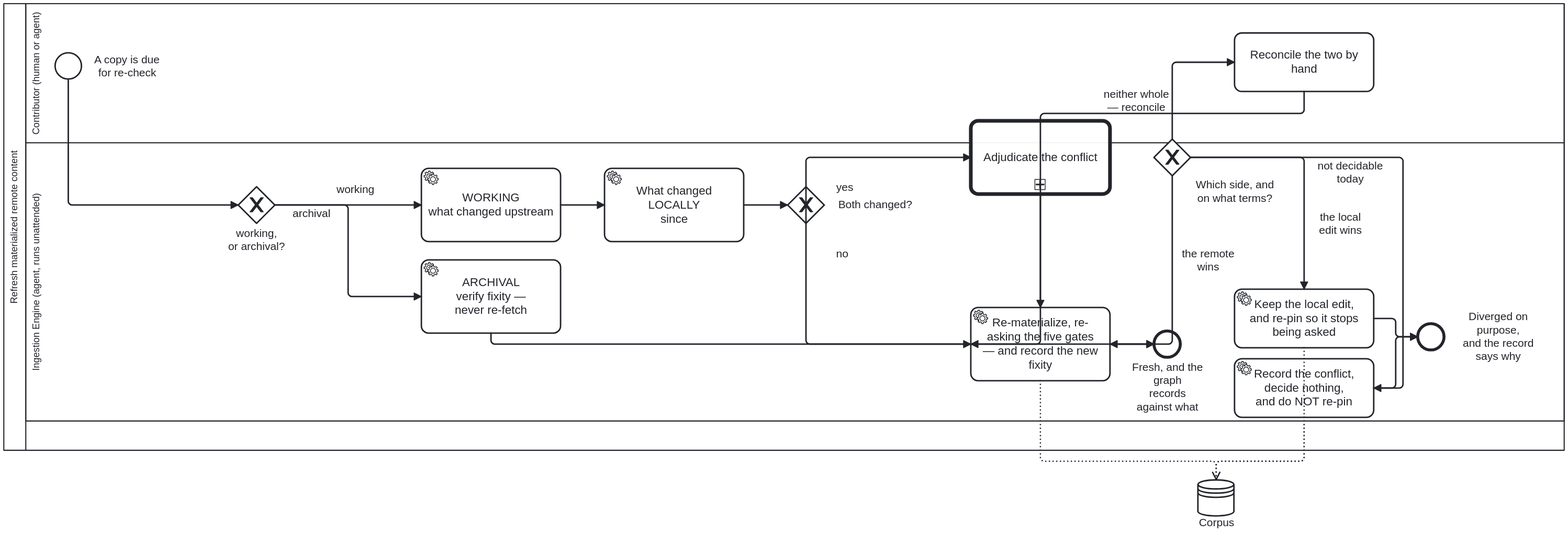
The BPMN diagram docs/assets/img/workflows/refresh-materialized.svg in litlfred/cat-harness, before a commit. Its source is kept beside it as processes/library/refresh-materialized.bpmn. Ids are renumbered.
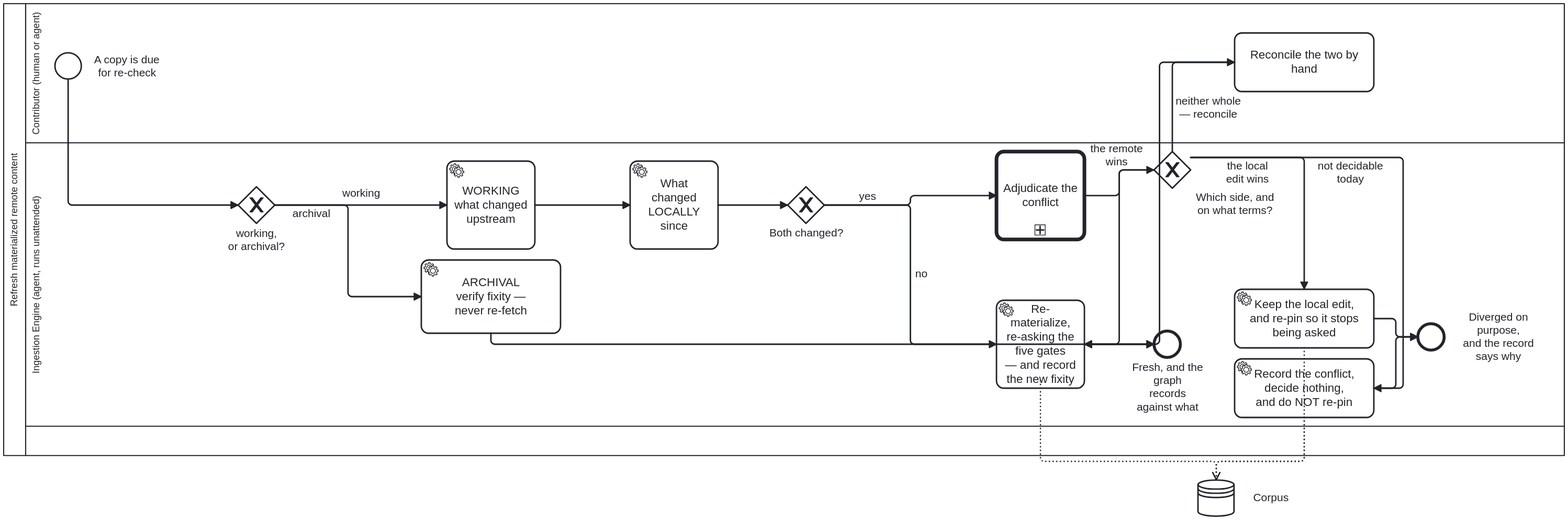
Above is the later version.

What changed in the source:
```diff
@@ -221,45 +221,45 @@
   <bpmndi:BPMNDiagram id="Diagram_RefreshMaterialized">
     <bpmndi:BPMNPlane id="Plane_RefreshMaterialized" bpmnElement="Collaboration_RefreshMaterialized">
       <bpmndi:BPMNShape id="Participant_RefreshMaterialized_di" bpmnElement="Participant_RefreshMaterialized" isHorizontal="true">
-        <dc:Bounds x="130" y="60" width="2130" height="610" />
+        <dc:Bounds x="130" y="60" width="2130" height="617" />
       </bpmndi:BPMNShape>
       <bpmndi:BPMNShape id="Lane_0_di" bpmnElement="Lane_0" isHorizontal="true">
         <dc:Bounds x="160" y="60" width="2100" height="190" />
       </bpmndi:BPMNShape>
       <bpmndi:BPMNShape id="Lane_1_di" bpmnElement="Lane_1" isHorizontal="true">
-        <dc:Bounds x="160" y="250" width="2100" height="380" />
+        <dc:Bounds x="160" y="250" width="2100" height="387" />
       </bpmndi:BPMNShape>
       <bpmndi:BPMNShape id="StartEvent_Due_di" bpmnElement="StartEvent_Due">
         <dc:Bounds x="200" y="127" width="36" height="36" />
-        <bpmndi:BPMNLabel><dc:Bounds x="240" y="127.5" width="116" height="35" /></bpmndi:BPMNLabel>
-      </bpmndi:BPMNShape>
+
+      <bpmndi:BPMNLabel><dc:Bounds x="240" y="127.5" width="116" height="35" /></bpmndi:BPMNLabel></bpmndi:BPMNShape>
       <bpmndi:BPMNShape id="Gateway_Purpose_di" bpmnElement="Gateway_Purpose" isMarkerVisible="true">
         <dc:Bounds x="450" y="310" width="50" height="50" />
-        <bpmndi:BPMNLabel><dc:Bounds x="410" y="365" width="130" height="30" /></bpmndi:BPMNLabel>
-      </bpmndi:BPMNShape>
+
+      <bpmndi:BPMNLabel><dc:Bounds x="410" y="365" width="130" height="30" /></bpmndi:BPMNLabel></bpmndi:BPMNShape>
       <bpmndi:BPMNShape id="Task_Fixity_di" bpmnElement="Task_Fixity">
         <dc:Bounds x="700" y="410" width="190" height="100" />
       </bpmndi:BPMNShape>
       <bpmndi:BPMNShape id="Task_Upstream_di" bpmnElement="Task_Upstream">
-        <dc:Bounds x="700" y="285" width="190" height="100" />
+        <dc:Bounds x="735" y="275" width="120" height="120" />
       </bpmndi:BPMNShape>
       <bpmndi:BPMNShape id="Task_Local_di" bpmnElement="Task_Local">
-        <dc:Bounds x="950" y="285" width="190" height="100" />
+        <dc:Bounds x="985" y="275" width="120" height="120" />
       </bpmndi:BPMNShape>
       <bpmndi:BPMNShape id="Gateway_Both_di" bpmnElement="Gateway_Both" isMarkerVisible="true">
         <dc:Bounds x="1200" y="310" width="50" height="50" />
-        <bpmndi:BPMNLabel><dc:Bounds x="1254" y="326" width="130" height="18" /></bpmndi:BPMNLabel>
-      </bpmndi:BPMNShape>
+
+      <bpmndi:BPMNLabel><dc:Bounds x="1160" y="364" width="130" height="18" /></bpmndi:BPMNLabel></bpmndi:BPMNShape>
       <bpmndi:BPMNShape id="Task_Adjudicate_di" bpmnElement="Task_Adjudicate">
-        <dc:Bounds x="1450" y="220" width="190" height="100" />
+        <dc:Bounds x="1485" y="262" width="120" height="120" />
       </bpmndi:BPMNShape>
       <bpmndi:BPMNShape id="Task_Apply_di" bpmnElement="Task_Apply">
-        <dc:Bounds x="1450" y="475" width="190" height="100" />
+        <dc:Bounds x="1485" y="465" width="120" height="120" />
       </bpmndi:BPMNShape>
       <bpmndi:BPMNShape id="GW_Outcome_di" bpmnElement="GW_Outcome" isMarkerVisible="true">
-        <dc:Bounds x="1700" y="245" width="50" height="50" />
-        <bpmndi:BPMNLabel><dc:Bounds x="1754" y="299" width="112" height="35" /></bpmndi:BPMNLabel>
-      </bpmndi:BPMNShape>
+        <dc:Bounds x="1700" y="262" width="50" height="50" />
+
+      <bpmndi:BPMNLabel><dc:Bounds x="1754" y="316" width="112" height="35" /></bpmndi:BPMNLabel></bpmndi:BPMNShape>
       <bpmndi:BPMNShape id="Task_Reconcile_di" bpmnElement="Task_Reconcile">
         <dc:Bounds x="1810" y="100" width="190" height="80" />
       </bpmndi:BPMNShape>
@@ -271,26 +271,39 @@
       </bpmndi:BPMNShape>
       <bpmndi:BPMNShape id="EndEvent_Diverged_di" bpmnElement="EndEvent_Diverged">
         <dc:Bounds x="2060" y="497" width="36" height="36" />
-        <bpmndi:BPMNLabel><dc:Bounds x="2100" y="479" width="140" height="72" /></bpmndi:BPMNLabel>
-      </bpmndi:BPMNShape>
+
+      <bpmndi:BPMNLabel><dc:Bounds x="2100" y="479" width="140" height="72" /></bpmndi:BPMNLabel></bpmndi:BPMNShape>
       <bpmndi:BPMNEdge id="Flow_Remote_di" bpmnElement="Flow_Remote">
-        <di:waypoint x="1725" y="295" /><di:waypoint x="1725" y="525" /><di:waypoint x="1640" y="525" />
-        <bpmndi:BPMNLabel><dc:Bounds x="1729" y="392.5" width="90" height="35" /></bpmndi:BPMNLabel>
+        <di:waypoint x="1700" y="287" />
+        <di:waypoint x="1652.5" y="287" />
+        <di:waypoint x="1652.5" y="525" />
+        <di:waypoint x="1605" y="525" />
+        <bpmndi:BPMNLabel><dc:Bounds x="1604" y="249" width="90" height="35" /></bpmndi:BPMNLabel>
       </bpmndi:BPMNEdge>
       <bpmndi:BPMNEdge id="Flow_Local_di" bpmnElement="Flow_Local">
-        <di:waypoint x="1750" y="270" /><di:waypoint x="1905" y="270" /><di:waypoint x="1905" y="450" />
-        <bpmndi:BPMNLabel><dc:Bounds x="1909" y="342.5" width="90" height="35" /></bpmndi:BPMNLabel>
+        <di:waypoint x="1750" y="270" />
+        <di:waypoint x="1905" y="270" />
+        <di:waypoint x="1905" y="450" />
+        <bpmndi:BPMNLabel><dc:Bounds x="1782.5" y="273" width="90" height="35" /></bpmndi:BPMNLabel>
       </bpmndi:BPMNEdge>
       <bpmndi:BPMNEdge id="Flow_Merge_di" bpmnElement="Flow_Merge">
-        <di:waypoint x="1725" y="245" /><di:waypoint x="1725" y="140" /><di:waypoint x="1810" y="140" />
-        <bpmndi:BPMNLabel><dc:Bounds x="1631" y="175" width="90" height="35" /></bpmndi:BPMNLabel>
+        <di:waypoint x="1725" y="262" />
+        <di:waypoint x="1725" y="140" />
+        <di:waypoint x="1810" y="140" />
+        <bpmndi:BPMNLabel><dc:Bounds x="1729" y="183.5" width="90" height="35" /></bpmndi:BPMNLabel>
       </bpmndi:BPMNEdge>
       <bpmndi:BPMNEdge id="Flow_Defer_di" bpmnElement="Flow_Defer">
-        <di:waypoint x="1750" y="270" /><di:waypoint x="2040" y="270" /><di:waypoint x="2040" y="585" /><di:waypoint x="2000" y="585" />
+        <di:waypoint x="1750" y="270" />
+        <di:waypoint x="2040" y="270" />
+        <di:waypoint x="2040" y="585" />
+        <di:waypoint x="2000" y="585" />
         <bpmndi:BPMNLabel><dc:Bounds x="1922.5" y="273" width="90" height="36" /></bpmndi:BPMNLabel>
       </bpmndi:BPMNEdge>
       <bpmndi:BPMNEdge id="Flow_Reconciled_di" bpmnElement="Flow_Reconciled">
-        <di:waypoint x="1905" y="180" /><di:waypoint x="1905" y="210" /><di:waypoint x="1545" y="210" /><di:waypoint x="1545" y="475" />
+        <di:waypoint x="1810" y="140" />
+        <di:waypoint x="1707.5" y="140" />
+        <di:waypoint x="1707.5" y="525" />
+        <di:waypoint x="1605" y="525" />
       </bpmndi:BPMNEdge>
       <bpmndi:BPMNEdge id="Flow_Kept_di" bpmnElement="Flow_Kept">
         <di:waypoint x="2000" y="490" />
@@ -306,8 +319,8 @@
       </bpmndi:BPMNEdge>
       <bpmndi:BPMNShape id="EndEvent_Fresh_di" bpmnElement="EndEvent_Fresh">
         <dc:Bounds x="1700" y="507" width="36" height="36" />
-        <bpmndi:BPMNLabel><dc:Bounds x="1660" y="548" width="116" height="30" /></bpmndi:BPMNLabel>
-      </bpmndi:BPMNShape>
+
+      <bpmndi:BPMNLabel><dc:Bounds x="1660" y="548" width="116" height="30" /></bpmndi:BPMNLabel></bpmndi:BPMNShape>
       <bpmndi:BPMNEdge id="Flow_1_di" bpmnElement="Flow_1">
         <di:waypoint x="218" y="163" />
         <di:waypoint x="218" y="335" />
@@ -322,33 +335,34 @@
       </bpmndi:BPMNEdge>
       <bpmndi:BPMNEdge id="Flow_3_di" bpmnElement="Flow_3">
         <di:waypoint x="500" y="335" />
-        <di:waypoint x="700" y="335" />
-        <bpmndi:BPMNLabel><dc:Bounds x="565" y="305" width="90" height="26" /></bpmndi:BPMNLabel>
+        <di:waypoint x="735" y="335" />
       </bpmndi:BPMNEdge>
       <bpmndi:BPMNEdge id="Flow_4_di" bpmnElement="Flow_4">
-        <di:waypoint x="890" y="335" />
-        <di:waypoint x="950" y="335" />
+        <di:waypoint x="855" y="335" />
+        <di:waypoint x="985" y="335" />
       </bpmndi:BPMNEdge>
       <bpmndi:BPMNEdge id="Flow_5_di" bpmnElement="Flow_5">
-        <di:waypoint x="1140" y="335" />
+        <di:waypoint x="1105" y="335" />
         <di:waypoint x="1200" y="335" />
       </bpmndi:BPMNEdge>
       <bpmndi:BPMNEdge id="Flow_6_di" bpmnElement="Flow_6">
-        <di:waypoint x="1225" y="360" />
-        <di:waypoint x="1225" y="270" />
-        <di:waypoint x="1450" y="270" />
-        <bpmndi:BPMNLabel><dc:Bounds x="1233" y="302" width="90" height="26" /></bpmndi:BPMNLabel>
+        <di:waypoint x="1250" y="335" />
+        <di:waypoint x="1367.5" y="335" />
+        <di:waypoint x="1367.5" y="322" />
+        <di:waypoint x="1485" y="322" />
+        <bpmndi:BPMNLabel><dc:Bounds x="1263.75" y="314" width="90" height="18" /></bpmndi:BPMNLabel>
       </bpmndi:BPMNEdge>
       <bpmndi:BPMNEdge id="Flow_7_di" bpmnElement="Flow_7">
-        <di:waypoint x="1225" y="360" />
-        <di:waypoint x="1225" y="525" />
-        <di:waypoint x="1450" y="525" />
-        <bpmndi:BPMNLabel><dc:Bounds x="1229" y="392.75" width="90" height="17" /></bpmndi:BPMNLabel>
+        <di:waypoint x="1250" y="335" />
+        <di:waypoint x="1367.5" y="335" />
+        <di:waypoint x="1367.5" y="525" />
+        <di:waypoint x="1485" y="525" />
       </bpmndi:BPMNEdge>
       <bpmndi:BPMNEdge id="Flow_8_di" bpmnElement="Flow_8">
-        <di:waypoint x="1545" y="320" />
-        <di:waypoint x="1545" y="525" />
-        <di:waypoint x="1450" y="525" />
+        <di:waypoint x="1605" y="322" />
+        <di:waypoint x="1652.5" y="322" />
+        <di:waypoint x="1652.5" y="287" />
+        <di:waypoint x="1700" y="287" />
       </bpmndi:BPMNEdge>
       <bpmndi:BPMNEdge id="Flow_9_di" bpmnElement="Flow_9">
         <di:waypoint x="795" y="510" />
@@ -356,10 +370,12 @@
         <di:waypoint x="1700" y="525" />
       </bpmndi:BPMNEdge>
       <bpmndi:BPMNEdge id="Flow_10_di" bpmnElement="Flow_10">
-        <di:waypoint x="1640" y="525" />
+        <di:waypoint x="1605" y="525" />
         <di:waypoint x="1700" y="525" />
       </bpmndi:BPMNEdge>
-      <bpmndi:BPMNShape id="Shape_DSR_corpus" bpmnElement="DSR_corpus"><dc:Bounds x="1760" y="710" width="50" height="50"/></bpmndi:BPMNShape>
+      <bpmndi:BPMNShape id="Shape_DSR_corpus" bpmnElement="DSR_corpus"><dc:Bounds x="1760" y="710" width="50" height="50" />
+        <bpmndi:BPMNLabel><dc:Bounds x="1814" y="726" width="90" height="18" /></bpmndi:BPMNLabel>
+      </bpmndi:BPMNShape>
       <bpmndi:BPMNEdge id="Edge_DOA_Task_Apply" bpmnElement="DOA_Task_Apply"><di:waypoint x="1545" y="575"/><di:waypoint x="1545" y="685"/><di:waypoint x="1785" y="685"/><di:waypoint x="1785" y="710"/></bpmndi:BPMNEdge>
       <bpmndi:BPMNEdge id="Edge_DOA_Task_KeepLocal" bpmnElement="DOA_Task_KeepLocal"><di:waypoint x="1905" y="530"/><di:waypoint x="1905" y="685"/><di:waypoint x="1785" y="685"/><di:waypoint x="1785" y="710"/></bpmndi:BPMNEdge>
       <bpmndi:BPMNEdge id="Edge_DOA_Task_RecordConflict" bpmnElement="DOA_Task_RecordConflict"><di:waypoint x="1905" y="625"/><di:waypoint x="1905" y="685"/><di:waypoint x="1785" y="685"/><di:waypoint x="1785" y="710"/></bpmndi:BPMNEdge>
```
